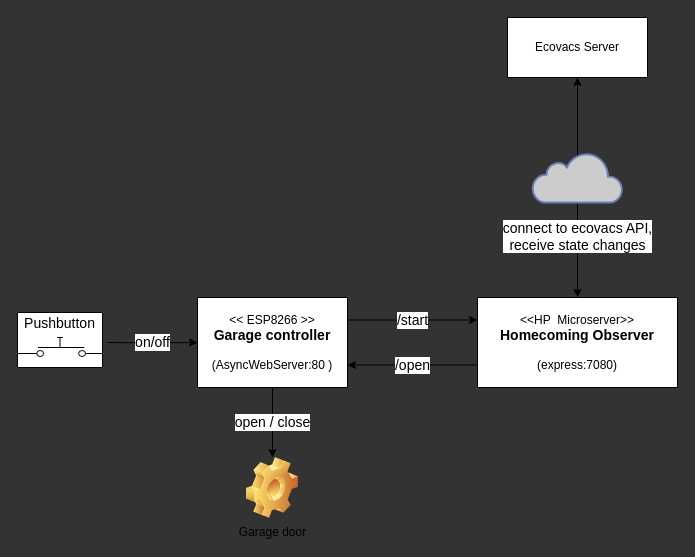
The draw.io diagram overview.drawio in mika2de/ecovacs-deebot-garage, before the edit. Source tidied: cells renumbered, new cells numbered last; positions are measured from the earlier drawing's top-left corner, leaving out a move shared by most shapes. Both pictures are drawn from the tidied source at 100%, with x=0, y=0 at pixel (17, 17).
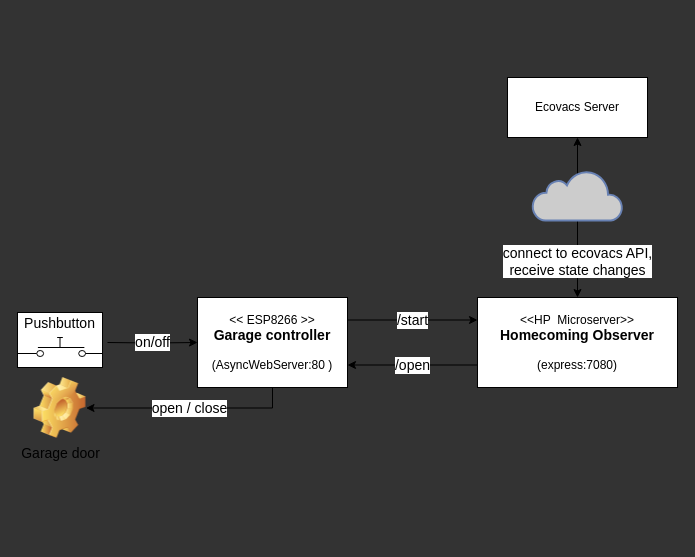
Above is the later version.

Commit message (it also covers changes not shown here):
updated overview diagram

Change to the diagram source:
```diff
@@
 <mxGraphModel background="#333333">
   <root>
     <mxCell id="0" />
     <mxCell id="1" parent="0" />
     <mxCell id="2" value="Pushbutton&lt;br&gt;&amp;nbsp;&lt;br&gt;&amp;nbsp;" style="rounded=0;whiteSpace=wrap;html=1;fontSize=14;" parent="1" vertex="1">
       <mxGeometry y="295" width="85" height="55" as="geometry" />
     </mxCell>
     <mxCell id="3" value="/start" style="rounded=0;jettySize=auto;html=1;exitX=1;exitY=0.25;exitDx=0;exitDy=0;entryX=0;entryY=0.25;entryDx=0;entryDy=0;fontSize=14;" parent="1" edge="1" source="5" target="7">
       <mxGeometry relative="1" as="geometry" />
     </mxCell>
-    <mxCell id="4" value="open / close" style="edgeStyle=none;rounded=0;jettySize=auto;html=1;exitX=0.5;exitY=1;exitDx=0;exitDy=0;entryX=0.5;entryY=0;entryDx=0;entryDy=0;startArrow=none;startFill=0;fontSize=14;" parent="1" edge="1" source="5" target="12">
+    <mxCell id="4" value="open / close" style="edgeStyle=orthogonalEdgeStyle;rounded=0;jettySize=auto;html=1;exitX=0.5;exitY=1;exitDx=0;exitDy=0;entryX=1;entryY=0.5;entryDx=0;entryDy=0;startArrow=none;startFill=0;fontSize=14;" parent="1" edge="1" source="5" target="12">
       <mxGeometry relative="1" as="geometry" />
     </mxCell>
     <mxCell id="5" value="&amp;lt;&amp;lt; ESP8266 &amp;gt;&amp;gt;&lt;br&gt;&lt;b&gt;&lt;font style=&quot;font-size: 14px&quot;&gt;Garage controller&lt;/font&gt;&lt;/b&gt;&lt;br&gt;&lt;br&gt;(AsyncWebServer:80 )" style="rounded=0;whiteSpace=wrap;html=1;" parent="1" vertex="1">
       <mxGeometry x="180" y="280" width="150" height="90" as="geometry" />
     </mxCell>
     <mxCell id="6" value="connect to ecovacs API,&lt;br&gt;receive state changes" style="edgeStyle=orthogonalEdgeStyle;rounded=0;jettySize=auto;html=1;entryX=0.5;entryY=1;entryDx=0;entryDy=0;startArrow=classic;startFill=1;fontSize=14;" parent="1" edge="1" source="7" target="8">
-      <mxGeometry x="-0.45" relative="1" as="geometry" />
+      <mxGeometry x="-0.55" relative="1" as="geometry" />
     </mxCell>
     <mxCell id="7" value="&amp;lt;&amp;lt;HP&amp;nbsp; Microserver&amp;gt;&amp;gt;&lt;br&gt;&lt;b&gt;&lt;font style=&quot;font-size: 14px&quot;&gt;Homecoming Observer&lt;/font&gt;&lt;/b&gt;&lt;br&gt;&lt;br&gt;(express:7080)" style="rounded=0;whiteSpace=wrap;html=1;" parent="1" vertex="1">
       <mxGeometry x="460" y="280" width="200" height="90" as="geometry" />
     </mxCell>
     <mxCell id="8" value="Ecovacs Server" style="rounded=0;whiteSpace=wrap;html=1;" parent="1" vertex="1">
-      <mxGeometry x="490" width="140" height="60" as="geometry" />
+      <mxGeometry x="490" y="60" width="140" height="60" as="geometry" />
     </mxCell>
     <mxCell id="9" style="html=1;fillColor=#CCCCCC;strokeColor=#6881B3;gradientColor=none;gradientDirection=north;strokeWidth=2;shape=mxgraph.networks.cloud;fontColor=#ffffff;" parent="1" vertex="1">
-      <mxGeometry x="515" y="135" width="90" height="50" as="geometry" />
+      <mxGeometry x="515" y="153" width="90" height="50" as="geometry" />
     </mxCell>
     <mxCell id="10" value="/open" style="rounded=0;jettySize=auto;html=1;exitX=0;exitY=0.75;exitDx=0;exitDy=0;entryX=1;entryY=0.75;entryDx=0;entryDy=0;fontSize=14;" parent="1" edge="1" source="7" target="5">
       <mxGeometry relative="1" as="geometry" />
     </mxCell>
     <mxCell id="11" value="on/off" style="edgeStyle=orthogonalEdgeStyle;rounded=0;jettySize=auto;html=1;entryX=0;entryY=0.5;entryDx=0;entryDy=0;startArrow=none;startFill=0;exitX=1;exitY=0.5;exitDx=0;exitDy=0;fontSize=14;" parent="1" edge="1" target="5">
       <mxGeometry relative="1" as="geometry">
         <mxPoint x="90" y="325" as="sourcePoint" />
       </mxGeometry>
     </mxCell>
-    <mxCell id="12" value="Garage door" style="shape=image;html=1;verticalLabelPosition=bottom;verticalAlign=top;imageAspect=1;image=img/clipart/Gear_128x128.png;" parent="1" vertex="1">
-      <mxGeometry x="229" y="440" width="52" height="61" as="geometry" />
+    <mxCell id="12" value="Garage door" style="shape=image;html=1;verticalLabelPosition=bottom;verticalAlign=top;imageAspect=1;image=img/clipart/Gear_128x128.png;fontSize=14;" parent="1" vertex="1">
+      <mxGeometry x="16.5" y="360" width="52" height="61" as="geometry" />
     </mxCell>
     <mxCell id="13" style="verticalLabelPosition=bottom;shadow=0;dashed=0;align=center;html=1;verticalAlign=top;shape=mxgraph.electrical.electro-mechanical.push_switch_no;fontSize=14;" parent="1" vertex="1">
       <mxGeometry y="320" width="85" height="19" as="geometry" />
     </mxCell>
   </root>
 </mxGraphModel>
```
